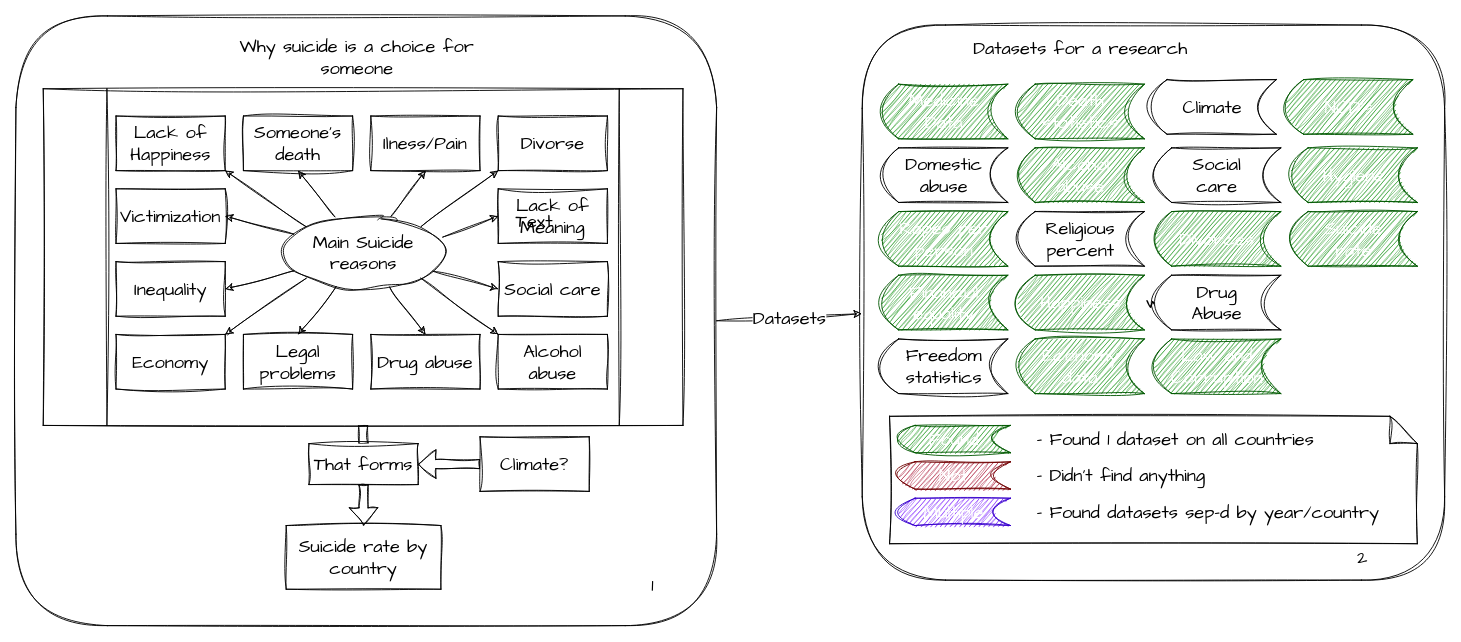
Earlier version of the draw.io diagram Schema.drawio (BaakhOfficial/Suicide-Rate-Analysis). Source tidied: cells renumbered, new cells numbered last; positions are measured from the earlier drawing's top-left corner, leaving out a move shared by most shapes. Both pictures are drawn from the tidied source at 91%, with x=0, y=0 at pixel (15, 15).
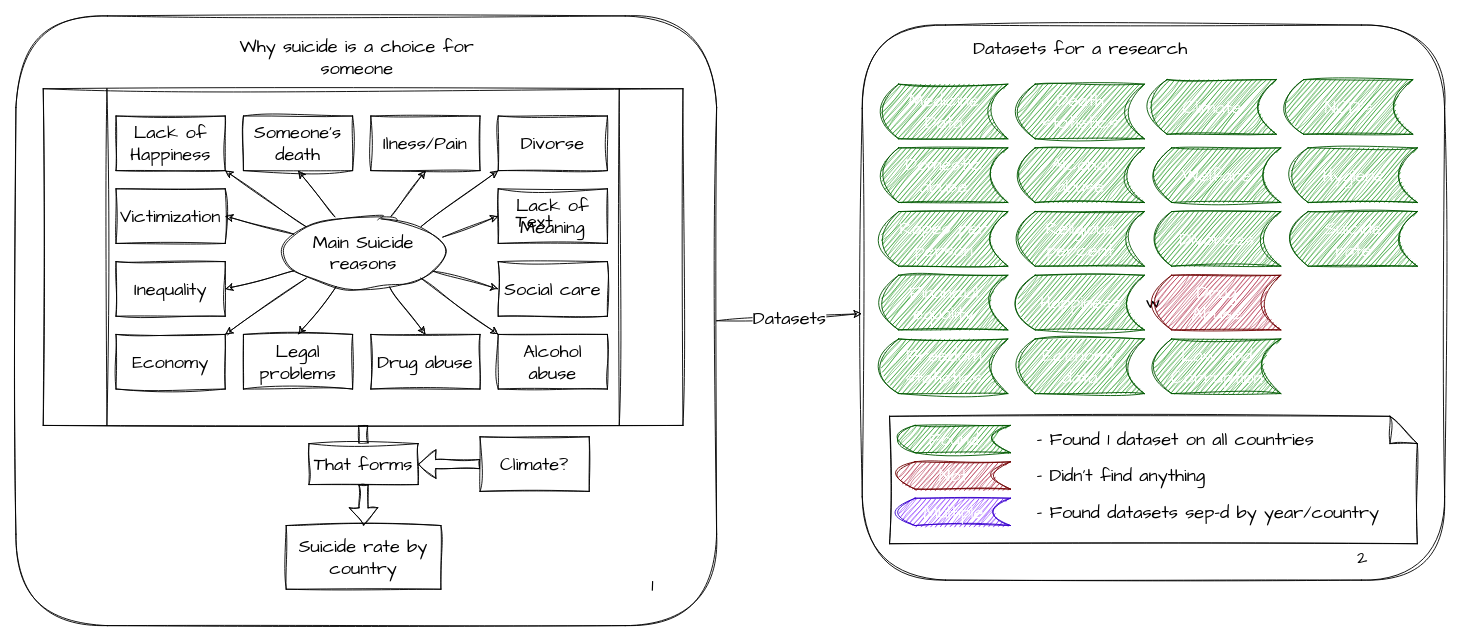
The same diagram, later.

Commit message:
Finished dataser search

The edit, as a diff of the source:
```diff
@@
-    <mxCell id="40" value="Religious percent" style="shape=dataStorage;whiteSpace=wrap;html=1;fixedSize=1;sketch=1;hachureGap=4;jiggle=2;curveFitting=1;fontFamily=Architects Daughter;fontSize=20;fillColor=none;" parent="1" vertex="1">
+    <mxCell id="40" value="Religious percent" style="shape=dataStorage;whiteSpace=wrap;html=1;fixedSize=1;sketch=1;hachureGap=4;jiggle=2;curveFitting=1;fontFamily=Architects Daughter;fontSize=20;fillColor=#008a00;fontColor=#ffffff;strokeColor=#005700;" parent="1" vertex="1">
       <mxGeometry x="1100" y="215" width="140" height="60" as="geometry" />
     </mxCell>
@@
-    <mxCell id="46" value="Domestic abuse" style="shape=dataStorage;whiteSpace=wrap;html=1;fixedSize=1;sketch=1;hachureGap=4;jiggle=2;curveFitting=1;fontFamily=Architects Daughter;fontSize=20;" parent="1" vertex="1">
+    <mxCell id="46" value="Domestic abuse" style="shape=dataStorage;whiteSpace=wrap;html=1;fixedSize=1;sketch=1;hachureGap=4;jiggle=2;curveFitting=1;fontFamily=Architects Daughter;fontSize=20;fillColor=#008a00;fontColor=#ffffff;strokeColor=#005700;" parent="1" vertex="1">
       <mxGeometry x="950" y="145" width="140" height="60" as="geometry" />
     </mxCell>
@@
-    <mxCell id="49" value="Freedom statistics" style="shape=dataStorage;whiteSpace=wrap;html=1;fixedSize=1;sketch=1;hachureGap=4;jiggle=2;curveFitting=1;fontFamily=Architects Daughter;fontSize=20;" parent="1" vertex="1">
+    <mxCell id="49" value="Freedom statistics" style="shape=dataStorage;whiteSpace=wrap;html=1;fixedSize=1;sketch=1;hachureGap=4;jiggle=2;curveFitting=1;fontFamily=Architects Daughter;fontSize=20;fillColor=#008a00;fontColor=#ffffff;strokeColor=#005700;" parent="1" vertex="1">
       <mxGeometry x="950" y="355" width="140" height="60" as="geometry" />
     </mxCell>
@@
-    <mxCell id="52" value="Drug&lt;br&gt;Abuse" style="shape=dataStorage;whiteSpace=wrap;html=1;fixedSize=1;sketch=1;hachureGap=4;jiggle=2;curveFitting=1;fontFamily=Architects Daughter;fontSize=20;" parent="1" vertex="1">
+    <mxCell id="52" value="Drug&lt;br&gt;Abuse" style="shape=dataStorage;whiteSpace=wrap;html=1;fixedSize=1;sketch=1;hachureGap=4;jiggle=2;curveFitting=1;fontFamily=Architects Daughter;fontSize=20;fillColor=#a20025;fontColor=#ffffff;strokeColor=#6F0000;" parent="1" vertex="1">
       <mxGeometry x="1250" y="285" width="140" height="60" as="geometry" />
     </mxCell>
@@
-    <mxCell id="54" value="Social&lt;br&gt;care" style="shape=dataStorage;whiteSpace=wrap;html=1;fixedSize=1;sketch=1;hachureGap=4;jiggle=2;curveFitting=1;fontFamily=Architects Daughter;fontSize=20;" parent="1" vertex="1">
+    <mxCell id="54" value="Welfare" style="shape=dataStorage;whiteSpace=wrap;html=1;fixedSize=1;sketch=1;hachureGap=4;jiggle=2;curveFitting=1;fontFamily=Architects Daughter;fontSize=20;fillColor=#008a00;fontColor=#ffffff;strokeColor=#005700;" parent="1" vertex="1">
       <mxGeometry x="1250" y="145" width="140" height="60" as="geometry" />
     </mxCell>
@@
-    <mxCell id="58" value="Climate" style="shape=dataStorage;whiteSpace=wrap;html=1;fixedSize=1;sketch=1;hachureGap=4;jiggle=2;curveFitting=1;fontFamily=Architects Daughter;fontSize=20;" parent="1" vertex="1">
+    <mxCell id="58" value="Climate" style="shape=dataStorage;whiteSpace=wrap;html=1;fixedSize=1;sketch=1;hachureGap=4;jiggle=2;curveFitting=1;fontFamily=Architects Daughter;fontSize=20;fillColor=#008a00;fontColor=#ffffff;strokeColor=#005700;" parent="1" vertex="1">
       <mxGeometry x="1245" y="70" width="140" height="60" as="geometry" />
     </mxCell>
```
